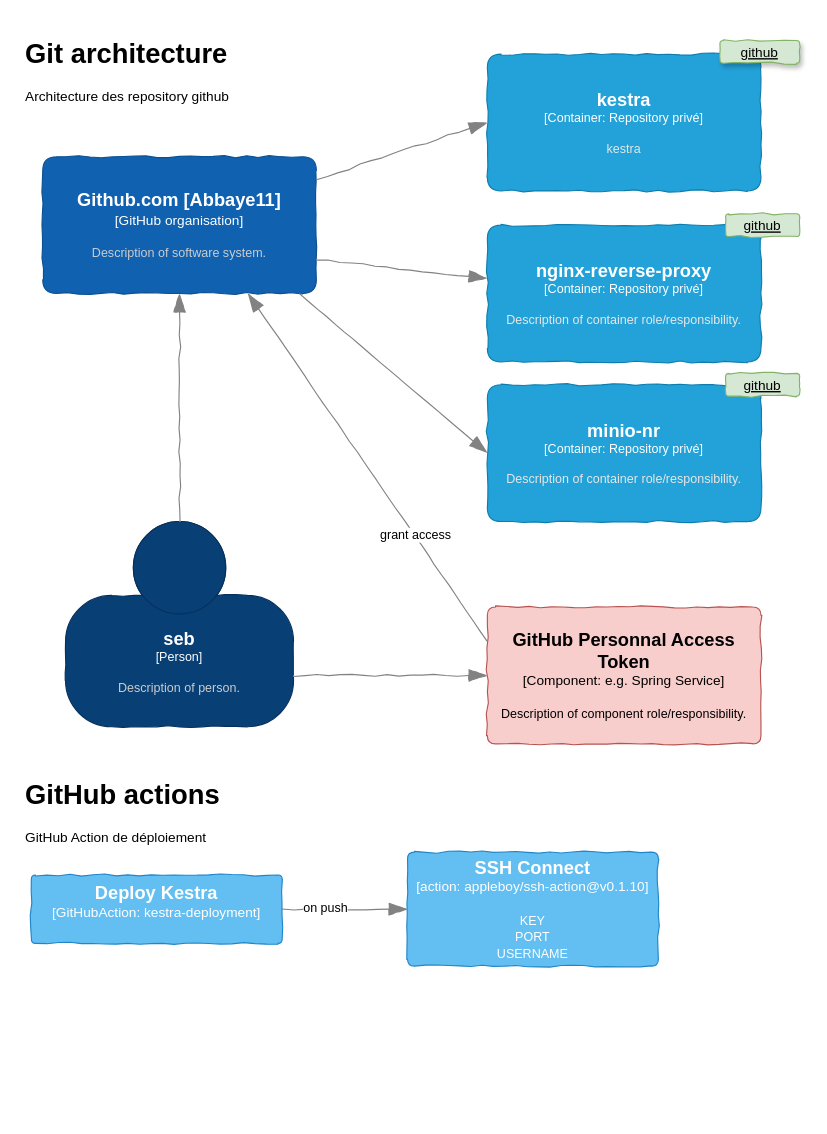
Above: page "GitHub.com" (3 of 7) of doc/nginx-kestra-abbaye11.drawio in Abbaye11/abbaye11.ch (draw.io), before the change. Source tidied: cells renumbered, new cells numbered last; positions are measured from the earlier drawing's top-left corner, leaving out a move shared by most shapes. Both pictures are drawn from the tidied source at 114%, with x=0, y=0 at pixel (19, 31).
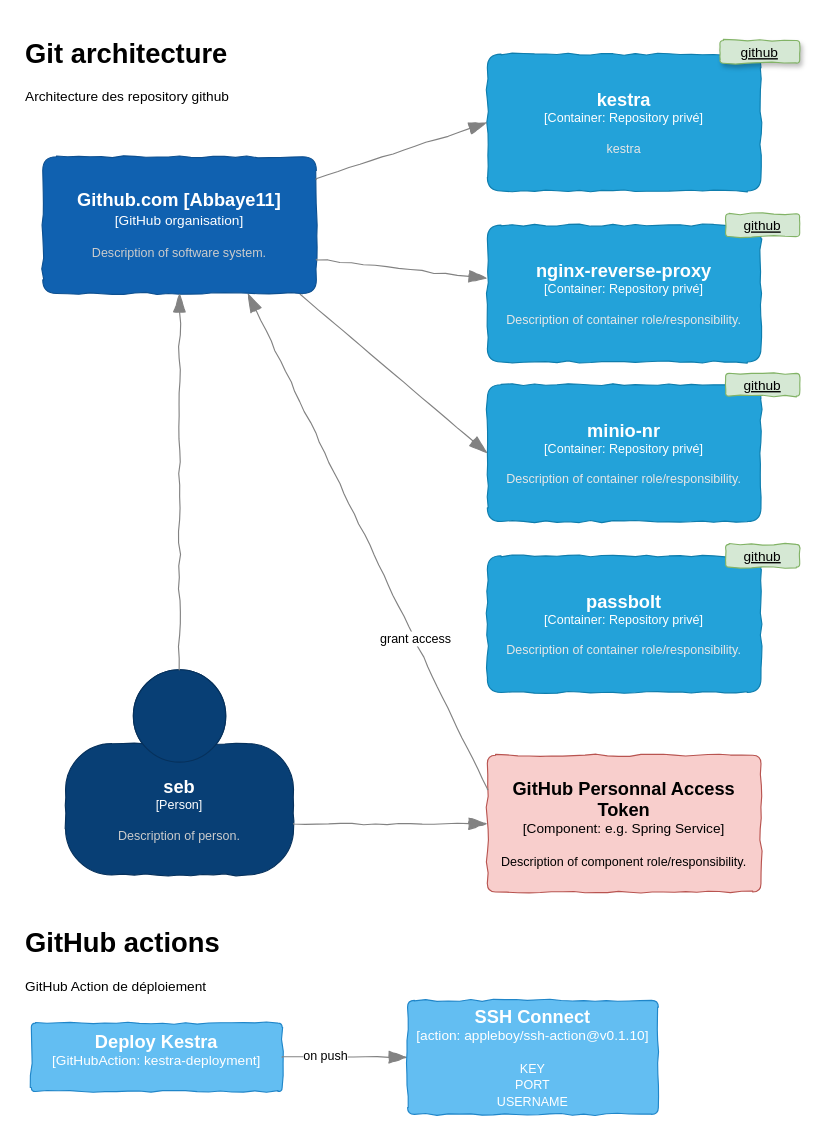
After the change.

What changed in the source:
```diff
@@
     <object id="10" label="&lt;font style=&quot;font-size: 16px&quot;&gt;&lt;b&gt;%c4Name%&lt;/b&gt;&lt;/font&gt;&lt;div&gt;[%c4Type%]&lt;/div&gt;&lt;br&gt;&lt;div&gt;&lt;font style=&quot;font-size: 11px&quot;&gt;&lt;font color=&quot;#cccccc&quot;&gt;%c4Description%&lt;/font&gt;&lt;/div&gt;" c4Description="Description of person." c4Name="seb" c4Type="Person" placeholders="1">
       <mxCell style="html=1;fontSize=11;dashed=0;whiteSpace=wrap;fillColor=#083F75;strokeColor=#06315C;fontColor=#ffffff;shape=mxgraph.c4.person2;align=center;points=[[0.5,0,0],[1,0.5,0],[1,0.75,0],[0.75,1,0],[0.5,1,0],[0.25,1,0],[0,0.75,0],[0,0.5,0]];comic=1;" parent="1" vertex="1">
-        <mxGeometry x="40" y="430" width="200" height="180" as="geometry" />
+        <mxGeometry x="40" y="560" width="200" height="180" as="geometry" />
       </mxCell>
     </object>
@@
     <object id="12" label="&lt;font style=&quot;font-size: 16px&quot;&gt;&lt;b&gt;%c4Name%&lt;/b&gt;&lt;/font&gt;&lt;div&gt;[%c4Type%: %c4Technology%]&lt;/div&gt;&lt;br&gt;&lt;div&gt;&lt;font style=&quot;font-size: 11px&quot;&gt;%c4Description%&lt;/font&gt;&lt;/div&gt;" c4Description="Description of component role/responsibility." c4Name="GitHub Personnal Access Token" c4Technology="e.g. Spring Service" c4Type="Component" placeholders="1">
       <mxCell style="rounded=1;whiteSpace=wrap;html=1;labelBackgroundColor=none;fillColor=#f8cecc;align=center;arcSize=6;strokeColor=#b85450;points=[[0.25,0,0],[0.5,0,0],[0.75,0,0],[1,0.25,0],[1,0.5,0],[1,0.75,0],[0.75,1,0],[0.5,1,0],[0.25,1,0],[0,0.75,0],[0,0.5,0],[0,0.25,0]];comic=1;" parent="1" vertex="1">
-        <mxGeometry x="410" y="505" width="240" height="120" as="geometry" />
+        <mxGeometry x="410" y="635" width="240" height="120" as="geometry" />
       </mxCell>
     </object>
@@
     <mxCell id="19" value="&lt;h1&gt;GitHub actions&lt;/h1&gt;&lt;p&gt;GitHub Action de déploiement&lt;/p&gt;" style="text;html=1;strokeColor=none;fillColor=none;spacing=5;spacingTop=-20;whiteSpace=wrap;overflow=hidden;rounded=0;comic=1;" parent="1" vertex="1">
-      <mxGeometry y="650" width="190" height="120" as="geometry" />
+      <mxGeometry y="780" width="190" height="120" as="geometry" />
     </mxCell>
     <object id="20" label="&lt;font style=&quot;font-size: 16px&quot;&gt;&lt;b&gt;%c4Name%&lt;/b&gt;&lt;/font&gt;&lt;div&gt;[%c4Type%: %c4Technology%]&lt;/div&gt;&lt;br&gt;&lt;div&gt;&lt;font style=&quot;font-size: 11px&quot;&gt;%c4Description%&lt;/font&gt;&lt;/div&gt;" c4Description="" c4Name="Deploy Kestra" c4Technology="kestra-deployment" c4Type="GitHubAction" placeholders="1">
       <mxCell style="rounded=1;whiteSpace=wrap;html=1;labelBackgroundColor=none;fillColor=#63BEF2;fontColor=#ffffff;align=center;arcSize=6;strokeColor=#2086C9;comic=1;" parent="1" vertex="1">
-        <mxGeometry x="10" y="740" width="220" height="60" as="geometry" />
+        <mxGeometry x="10" y="870" width="220" height="60" as="geometry" />
       </mxCell>
     </object>
     <mxCell id="21" style="endArrow=blockThin;html=1;fontSize=10;fontColor=#404040;strokeWidth=1;endFill=1;strokeColor=#828282;elbow=vertical;endSize=14;startSize=14;jumpStyle=arc;jumpSize=16;rounded=0;edgeStyle=orthogonalEdgeStyle;comic=1;" parent="1" edge="1">
       <mxGeometry relative="1" as="geometry">
-        <mxPoint x="230" y="770" as="sourcePoint" />
-        <mxPoint x="340" y="770" as="targetPoint" />
+        <mxPoint x="230" y="900" as="sourcePoint" />
+        <mxPoint x="340" y="900" as="targetPoint" />
       </mxGeometry>
     </mxCell>
@@
     <object id="23" label="&lt;font style=&quot;font-size: 16px&quot;&gt;&lt;b&gt;%c4Name%&lt;/b&gt;&lt;/font&gt;&lt;div&gt;[%c4Type%: %c4Technology%]&lt;/div&gt;&lt;br&gt;&lt;div&gt;&lt;font style=&quot;font-size: 11px&quot;&gt;%c4Description%&lt;/font&gt;&lt;/div&gt;" c4Description="KEY&#10;PORT&#10;USERNAME" c4Name="SSH Connect" c4Technology="appleboy/ssh-action@v0.1.10" c4Type="action" placeholders="1">
       <mxCell style="rounded=1;whiteSpace=wrap;html=1;labelBackgroundColor=none;fillColor=#63BEF2;fontColor=#ffffff;align=center;arcSize=6;strokeColor=#2086C9;comic=1;" parent="1" vertex="1">
-        <mxGeometry x="340" y="720" width="220" height="100" as="geometry" />
+        <mxGeometry x="340" y="850" width="220" height="100" as="geometry" />
       </mxCell>
     </object>
+    <object id="24" label="&lt;font style=&quot;font-size: 16px&quot;&gt;&lt;b&gt;%c4Name%&lt;/b&gt;&lt;/font&gt;&lt;div&gt;[%c4Type%: %c4Technology%]&lt;/div&gt;&lt;br&gt;&lt;div&gt;&lt;font style=&quot;font-size: 11px&quot;&gt;&lt;font color=&quot;#E6E6E6&quot;&gt;%c4Description%&lt;/font&gt;&lt;/div&gt;" c4Description="Description of container role/responsibility." c4Name="passbolt" c4Technology="Repository privé" c4Type="Container" placeholders="1">
+      <mxCell style="rounded=1;whiteSpace=wrap;html=1;fontSize=11;labelBackgroundColor=none;fillColor=#23A2D9;fontColor=#ffffff;align=center;arcSize=10;strokeColor=#0E7DAD;comic=1;" parent="1" vertex="1">
+        <mxGeometry x="410" y="460" width="240" height="120" as="geometry" />
+      </mxCell>
+    </object>
+    <mxCell id="25" value="github" style="fontStyle=4;rounded=1;overflow=hidden;spacing=10;fillColor=#d5e8d4;strokeColor=#82b366;comic=1;" parent="1" vertex="1">
+      <mxGeometry x="619" y="450" width="65" height="20" as="geometry" />
+    </mxCell>
```
